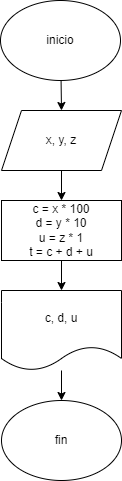
Above: diagrama.png in DannyGR03/quiz-1 (draw.io), before the change. Source tidied: cells renumbered, new cells last; positions are measured from the earlier drawing's top-left corner, leaving out a move shared by most shapes.
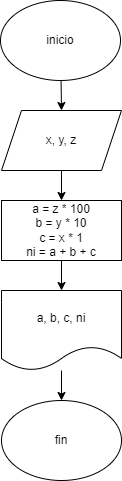
Above is the later version.

Commit message:
se agrego diagrama de flujo

The edit, as a diff of the source:
```diff
@@ -17,13 +17,13 @@
     <mxCell id="6" style="edgeStyle=none;html=1;" parent="1" edge="1" source="7" target="9">
       <mxGeometry relative="1" as="geometry" />
     </mxCell>
-    <mxCell id="7" value="c = x * 100&lt;br&gt;d = y * 10&lt;br&gt;u = z * 1&lt;br&gt;t = c + d + u" style="rounded=0;whiteSpace=wrap;html=1;" parent="1" vertex="1">
+    <mxCell id="7" value="a = z * 100&lt;br&gt;b = y * 10&lt;br&gt;c&amp;nbsp;= x * 1&lt;br&gt;ni = a + b + c&lt;br&gt;" style="rounded=0;whiteSpace=wrap;html=1;" parent="1" vertex="1">
       <mxGeometry x="1" y="200" width="120" height="60" as="geometry" />
     </mxCell>
     <mxCell id="8" style="edgeStyle=none;html=1;entryX=0.5;entryY=0;entryDx=0;entryDy=0;" parent="1" edge="1" source="9" target="10">
       <mxGeometry relative="1" as="geometry" />
     </mxCell>
-    <mxCell id="9" value="c, d, u" style="shape=document;whiteSpace=wrap;html=1;boundedLbl=1;" parent="1" vertex="1">
+    <mxCell id="9" value="a, b, c, ni" style="shape=document;whiteSpace=wrap;html=1;boundedLbl=1;" parent="1" vertex="1">
       <mxGeometry x="1" y="290" width="120" height="80" as="geometry" />
     </mxCell>
     <mxCell id="10" value="fin" style="ellipse;whiteSpace=wrap;html=1;" parent="1" vertex="1">
```
